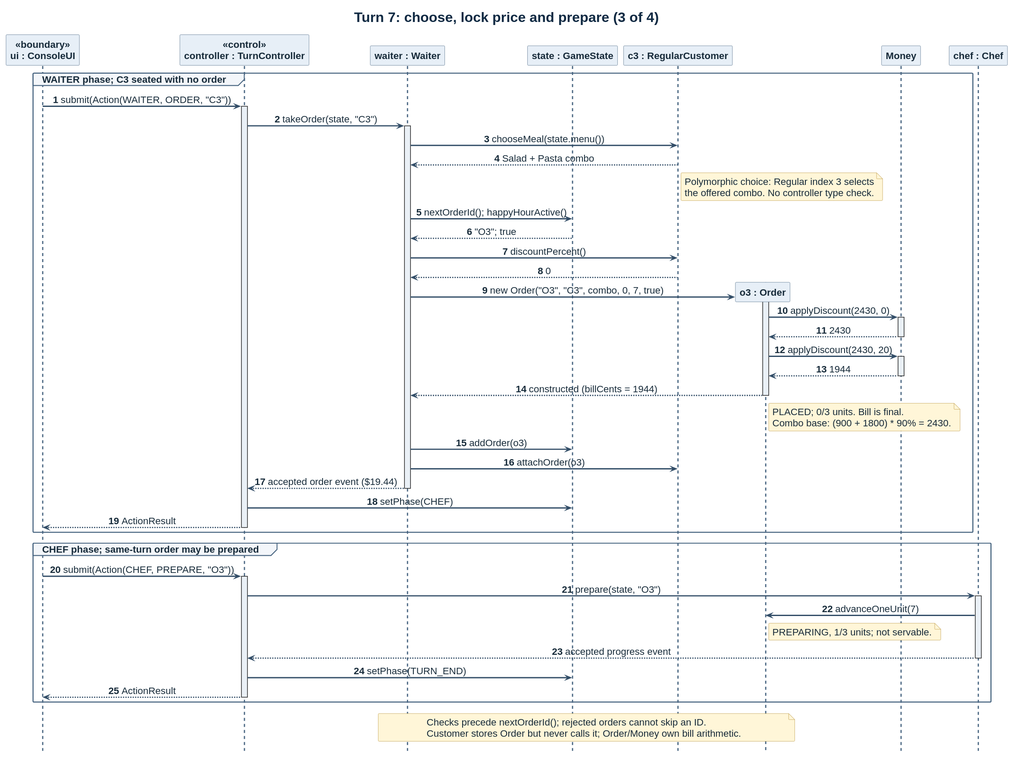
Before: docs/diagrams/exports/sequence-3-order.svg, a diagram exported from PlantUML (respoopu/SC2002-lab-assignment-final). Its source is kept beside it as docs/diagrams/sequence-3-order.puml.
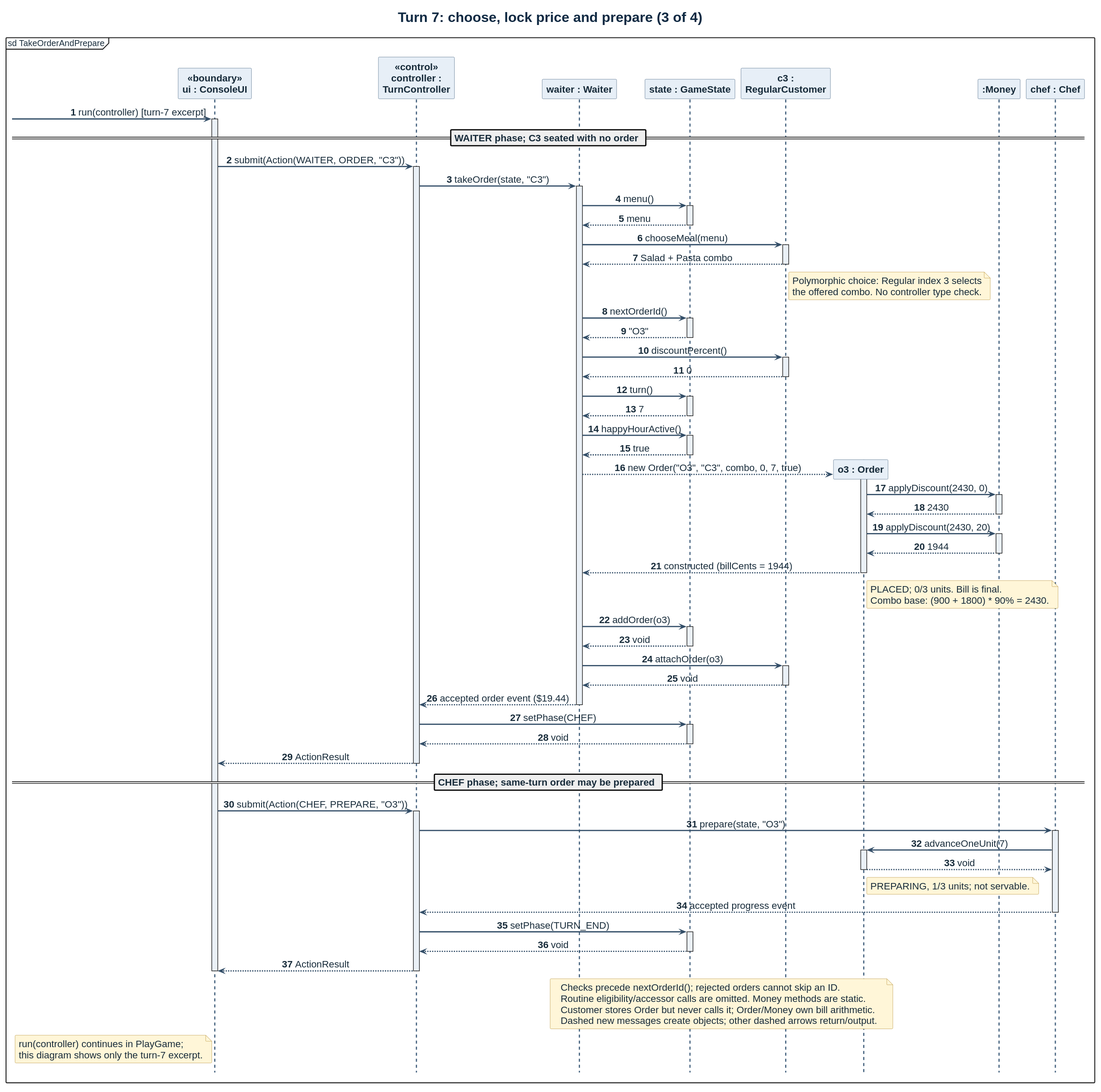
Above is the later version.

Commit message:
docs(uml): correct sequence receivers and course notation

What changed in the source:
```diff
@@ -1,52 +1,66 @@
 @startuml sequence-3-order
 !include style.iuml
 title Turn 7: choose, lock price and prepare (3 of 4)
+mainframe sd TakeOrderAndPrepare
 hide footbox
 participant "ui : ConsoleUI" as UI <<boundary>>
-participant "controller : TurnController" as TC <<control>>
+participant "controller :\nTurnController" as TC <<control>>
 participant "waiter : Waiter" as W
 participant "state : GameState" as S
-participant "c3 : RegularCustomer" as C3
+participant "c3 :\nRegularCustomer" as C3
 participant "o3 : Order" as O3
-participant Money as M
+participant ":Money" as M
 participant "chef : Chef" as Chef
 autonumber
-
-group WAITER phase; C3 seated with no order
-  UI -> TC ++ : submit(Action(WAITER, ORDER, "C3"))
-  TC -> W ++ : takeOrder(state, "C3")
-  W -> C3 : chooseMeal(state.menu())
-  C3 --> W : Salad + Pasta combo
-  note right of C3 : Polymorphic choice: Regular index 3 selects\nthe offered combo. No controller type check.
-  W -> S : nextOrderId(); happyHourActive()
-  S --> W : "O3"; true
-  W -> C3 : discountPercent()
-  C3 --> W : 0
-  create O3
-  W -> O3 ++ : new Order("O3", "C3", combo, 0, 7, true)
-  O3 -> M ++ : applyDiscount(2430, 0)
-  M --> O3 -- : 2430
-  O3 -> M ++ : applyDiscount(2430, 20)
-  M --> O3 -- : 1944
-  O3 --> W -- : constructed (billCents = 1944)
-  note right of O3 : PLACED; 0/3 units. Bill is final.\nCombo base: (900 + 1800) * 90% = 2430.
-  W -> S : addOrder(o3)
-  W -> C3 : attachOrder(o3)
-  W --> TC -- : accepted order event ($19.44)
-  TC -> S : setPhase(CHEF)
-  TC --> UI -- : ActionResult
-end
-group CHEF phase; same-turn order may be prepared
-  UI -> TC ++ : submit(Action(CHEF, PREPARE, "O3"))
-  TC -> Chef ++ : prepare(state, "O3")
-  Chef -> O3 : advanceOneUnit(7)
-  note right of O3 : PREPARING, 1/3 units; not servable.
-  Chef --> TC -- : accepted progress event
-  TC -> S : setPhase(TURN_END)
-  TC --> UI -- : ActionResult
-end
+[-> UI ++ : run(controller) [turn-7 excerpt]
+== WAITER phase; C3 seated with no order ==
+UI -> TC ++ : submit(Action(WAITER, ORDER, "C3"))
+TC -> W ++ : takeOrder(state, "C3")
+W -> S ++ : menu()
+S --> W -- : menu
+W -> C3 ++ : chooseMeal(menu)
+C3 --> W -- : Salad + Pasta combo
+note right of C3 : Polymorphic choice: Regular index 3 selects\nthe offered combo. No controller type check.
+W -> S ++ : nextOrderId()
+S --> W -- : "O3"
+W -> C3 ++ : discountPercent()
+C3 --> W -- : 0
+W -> S ++ : turn()
+S --> W -- : 7
+W -> S ++ : happyHourActive()
+S --> W -- : true
+create O3
+W --> O3 ++ : new Order("O3", "C3", combo, 0, 7, true)
+O3 -> M ++ : applyDiscount(2430, 0)
+M --> O3 -- : 2430
+O3 -> M ++ : applyDiscount(2430, 20)
+M --> O3 -- : 1944
+O3 --> W -- : constructed (billCents = 1944)
+note right of O3 : PLACED; 0/3 units. Bill is final.\nCombo base: (900 + 1800) * 90% = 2430.
+W -> S ++ : addOrder(o3)
+S --> W -- : void
+W -> C3 ++ : attachOrder(o3)
+C3 --> W -- : void
+W --> TC -- : accepted order event ($19.44)
+TC -> S ++ : setPhase(CHEF)
+S --> TC -- : void
+TC --> UI -- : ActionResult
+== CHEF phase; same-turn order may be prepared ==
+UI -> TC ++ : submit(Action(CHEF, PREPARE, "O3"))
+TC -> Chef ++ : prepare(state, "O3")
+Chef -> O3 ++ : advanceOneUnit(7)
+O3 --> Chef -- : void
+note right of O3 : PREPARING, 1/3 units; not servable.
+Chef --> TC -- : accepted progress event
+TC -> S ++ : setPhase(TURN_END)
+S --> TC -- : void
+TC --> UI -- : ActionResult
 note over W, O3
   Checks precede nextOrderId(); rejected orders cannot skip an ID.
+  Routine eligibility/accessor calls are omitted. Money methods are static.
   Customer stores Order but never calls it; Order/Money own bill arithmetic.
+  Dashed new messages create objects; other dashed arrows return/output.
 end note
+note left of UI : run(controller) continues in PlayGame;\nthis diagram shows only the turn-7 excerpt.
+deactivate UI
 @enduml
```
